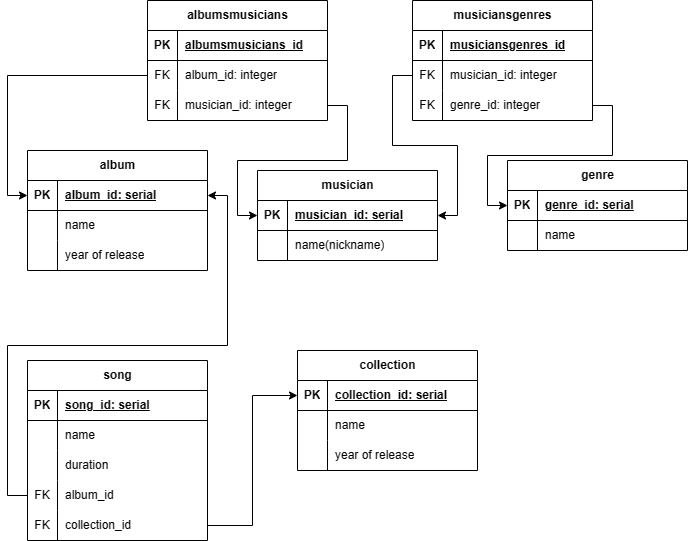
The draw.io diagram работа с sql.drawio.png in Anastasirr/work_with_sql, before a commit. Source tidied: cells renumbered, new cells last; positions are measured from the earlier drawing's top-left corner, leaving out a move shared by most shapes.
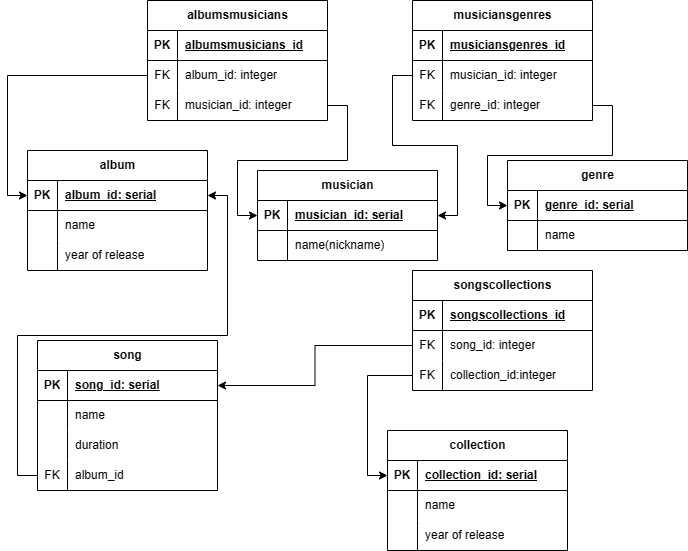
The same file after the commit.

What changed in the source:
```diff
@@ -45,7 +45,7 @@
       <mxGeometry x="30" width="150" height="30" as="geometry" />
     </mxCell>
     <mxCell id="16" value="collection" style="shape=table;startSize=30;rowLines=0;fontStyle=1;align=center;html=1;" parent="1" vertex="1">
-      <mxGeometry x="270" y="350" width="180" height="120" as="geometry" />
+      <mxGeometry x="360" y="430" width="180" height="120" as="geometry" />
     </mxCell>
     <mxCell id="17" style="shape=tableRow;horizontal=0;startSize=0;swimlaneHead=0;swimlaneBody=0;fillColor=none;points=[[0,0.5],[1,0.5]];portConstraint=eastwest;top=0;left=0;right=0;bottom=1;" parent="16" vertex="1">
       <mxGeometry y="30" width="180" height="30" as="geometry" />
@@ -105,7 +105,7 @@
       <mxGeometry x="30" width="150" height="30" as="geometry" />
     </mxCell>
     <mxCell id="36" value="song" style="shape=table;startSize=30;rowLines=0;fontStyle=1;align=center;html=1;" parent="1" vertex="1">
-      <mxGeometry y="360" width="180" height="180" as="geometry" />
+      <mxGeometry x="10" y="340" width="180" height="150" as="geometry" />
     </mxCell>
     <mxCell id="37" style="shape=tableRow;horizontal=0;startSize=0;swimlaneHead=0;swimlaneBody=0;fillColor=none;points=[[0,0.5],[1,0.5]];portConstraint=eastwest;top=0;left=0;right=0;bottom=1;" parent="36" vertex="1">
       <mxGeometry y="30" width="180" height="30" as="geometry" />
@@ -143,15 +143,6 @@
     <mxCell id="48" value="album_id" style="shape=partialRectangle;fillColor=none;top=0;left=0;bottom=0;right=0;align=left;spacingLeft=6;overflow=hidden;whiteSpace=wrap;html=1;" parent="46" vertex="1">
       <mxGeometry x="30" width="150" height="30" as="geometry" />
     </mxCell>
-    <mxCell id="49" style="shape=tableRow;horizontal=0;startSize=0;swimlaneHead=0;swimlaneBody=0;fillColor=none;points=[[0,0.5],[1,0.5]];portConstraint=eastwest;top=0;left=0;right=0;bottom=0;" parent="36" vertex="1">
-      <mxGeometry y="150" width="180" height="30" as="geometry" />
-    </mxCell>
-    <mxCell id="50" value="FK" style="shape=partialRectangle;fillColor=none;top=0;left=0;bottom=0;right=0;overflow=hidden;whiteSpace=wrap;html=1;" parent="49" vertex="1">
-      <mxGeometry width="30" height="30" as="geometry" />
-    </mxCell>
-    <mxCell id="51" value="collection_id" style="shape=partialRectangle;fillColor=none;top=0;left=0;bottom=0;right=0;align=left;spacingLeft=6;overflow=hidden;whiteSpace=wrap;html=1;" parent="49" vertex="1">
-      <mxGeometry x="30" width="150" height="30" as="geometry" />
-    </mxCell>
     <mxCell id="52" value="musiciansgenres" style="shape=table;startSize=30;rowLines=0;fontStyle=1;align=center;html=1;" parent="1" vertex="1">
       <mxGeometry x="385" width="180" height="120" as="geometry" />
     </mxCell>
@@ -227,8 +218,41 @@
     <mxCell id="76" style="edgeStyle=orthogonalEdgeStyle;rounded=0;jettySize=auto;html=1;exitX=0;exitY=0.5;exitDx=0;exitDy=0;entryX=1;entryY=0.5;entryDx=0;entryDy=0;" parent="1" edge="1" source="46" target="27">
       <mxGeometry relative="1" as="geometry" />
     </mxCell>
-    <mxCell id="77" style="edgeStyle=orthogonalEdgeStyle;rounded=0;jettySize=auto;html=1;exitX=1;exitY=0.5;exitDx=0;exitDy=0;entryX=0;entryY=0.5;entryDx=0;entryDy=0;" parent="1" edge="1" source="49" target="17">
-      <mxGeometry relative="1" as="geometry" />
-    </mxCell>
+    <mxCell id="78" value="songscollections" style="shape=table;startSize=30;rowLines=0;fontStyle=1;align=center;html=1;" parent="1" vertex="1">
+      <mxGeometry x="385" y="270" width="180" height="120" as="geometry" />
+    </mxCell>
+    <mxCell id="79" style="shape=tableRow;horizontal=0;startSize=0;swimlaneHead=0;swimlaneBody=0;fillColor=none;top=0;left=0;right=0;bottom=1;" parent="78" vertex="1">
+      <mxGeometry y="30" width="180" height="30" as="geometry" />
+    </mxCell>
+    <mxCell id="80" value="PK" style="shape=partialRectangle;fillColor=none;top=0;left=0;bottom=0;right=0;fontStyle=1;overflow=hidden;whiteSpace=wrap;html=1;" parent="79" vertex="1">
+      <mxGeometry width="30" height="30" as="geometry" />
+    </mxCell>
+    <mxCell id="81" value="songscollections_id" style="shape=partialRectangle;fillColor=none;top=0;left=0;bottom=0;right=0;align=left;spacingLeft=6;fontStyle=5;overflow=hidden;whiteSpace=wrap;html=1;" parent="79" vertex="1">
+      <mxGeometry x="30" width="150" height="30" as="geometry" />
+    </mxCell>
+    <mxCell id="82" style="shape=tableRow;horizontal=0;startSize=0;swimlaneHead=0;swimlaneBody=0;fillColor=none;points=[[0,0.5],[1,0.5]];portConstraint=eastwest;top=0;left=0;right=0;bottom=0;" parent="78" vertex="1">
+      <mxGeometry y="60" width="180" height="30" as="geometry" />
+    </mxCell>
+    <mxCell id="83" value="FK" style="shape=partialRectangle;fillColor=none;top=0;left=0;bottom=0;right=0;overflow=hidden;whiteSpace=wrap;html=1;" parent="82" vertex="1">
+      <mxGeometry width="30" height="30" as="geometry" />
+    </mxCell>
+    <mxCell id="84" value="song_id: integer" style="shape=partialRectangle;fillColor=none;top=0;left=0;bottom=0;right=0;align=left;spacingLeft=6;overflow=hidden;whiteSpace=wrap;html=1;" parent="82" vertex="1">
+      <mxGeometry x="30" width="150" height="30" as="geometry" />
+    </mxCell>
+    <mxCell id="85" style="shape=tableRow;horizontal=0;startSize=0;swimlaneHead=0;swimlaneBody=0;fillColor=none;points=[[0,0.5],[1,0.5]];portConstraint=eastwest;top=0;left=0;right=0;bottom=0;" parent="78" vertex="1">
+      <mxGeometry y="90" width="180" height="30" as="geometry" />
+    </mxCell>
+    <mxCell id="86" value="FK" style="shape=partialRectangle;fillColor=none;top=0;left=0;bottom=0;right=0;overflow=hidden;whiteSpace=wrap;html=1;" parent="85" vertex="1">
+      <mxGeometry width="30" height="30" as="geometry" />
+    </mxCell>
+    <mxCell id="87" value="collection_id:integer" style="shape=partialRectangle;fillColor=none;top=0;left=0;bottom=0;right=0;align=left;spacingLeft=6;overflow=hidden;whiteSpace=wrap;html=1;" parent="85" vertex="1">
+      <mxGeometry x="30" width="150" height="30" as="geometry" />
+    </mxCell>
+    <mxCell id="88" style="edgeStyle=orthogonalEdgeStyle;rounded=0;jettySize=auto;html=1;exitX=0;exitY=0.5;exitDx=0;exitDy=0;entryX=1;entryY=0.5;entryDx=0;entryDy=0;" parent="1" edge="1" source="82" target="37">
+      <mxGeometry relative="1" as="geometry" />
+    </mxCell>
+    <mxCell id="89" style="edgeStyle=orthogonalEdgeStyle;rounded=0;jettySize=auto;html=1;exitX=0;exitY=0.5;exitDx=0;exitDy=0;entryX=0;entryY=0.5;entryDx=0;entryDy=0;" parent="1" edge="1" source="85" target="17">
+      <mxGeometry relative="1" as="geometry" />
+    </mxCell>
   </root>
 </mxGraphModel>
```
